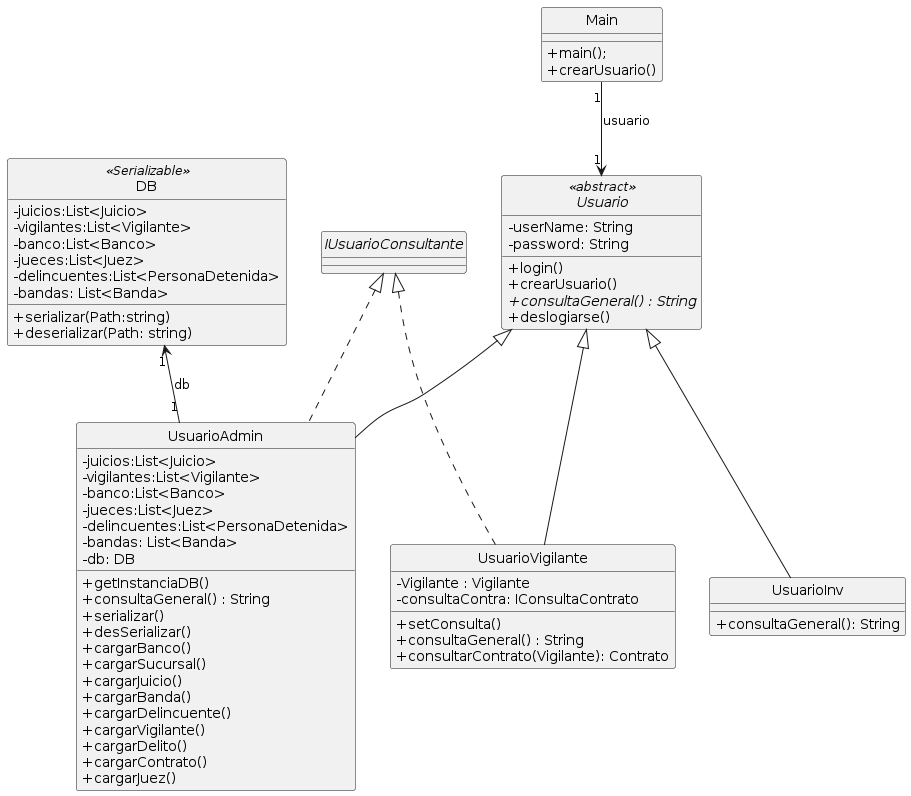
The PlantUML diagram Documentacion/DiagramaClasesVUSUARIOS.png in IMettaINSPT/1ParcialP2, before a commit.
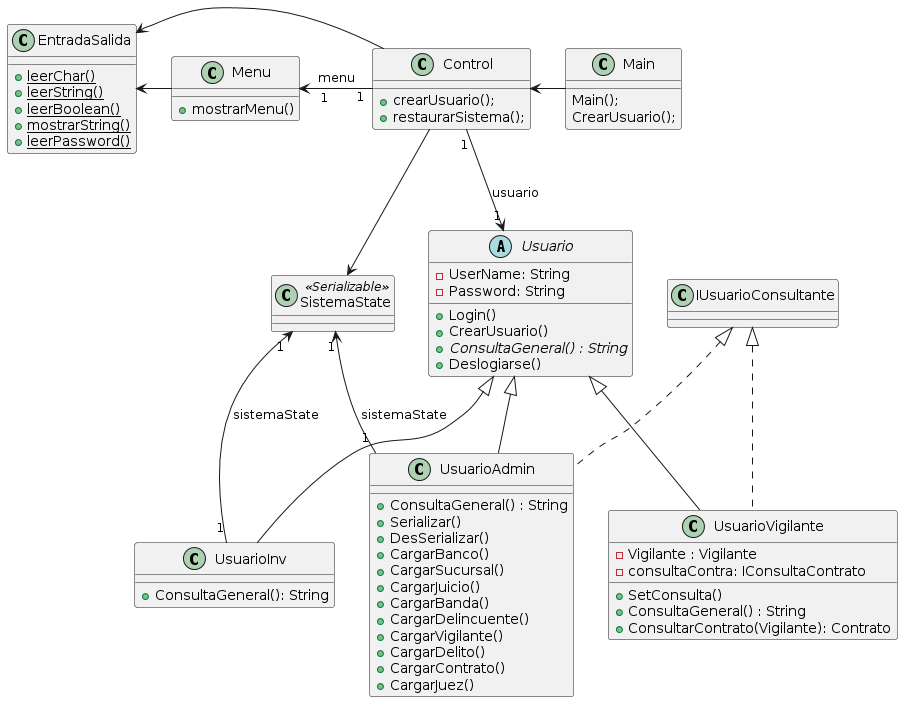
The same file after the commit.

Change to the diagram source:
```diff
@@ -1,74 +1,79 @@
 @startuml
-hide circle
-skinparam classAttributeIconSize 0
-
-
 class UsuarioAdmin{
--juicios:List<Juicio>
--vigilantes:List<Vigilante>
--banco:List<Banco>
--jueces:List<Juez>
--delincuentes:List<PersonaDetenida>
--bandas: List<Banda>
--db: DB
-+getInstanciaDB()
-+consultaGeneral() : String
-+serializar()
-+desSerializar()
-+cargarBanco()
-+cargarSucursal()
-+cargarJuicio()
-+cargarBanda()
-+cargarDelincuente()
-+cargarVigilante()
-+cargarDelito()
-+cargarContrato()
-+cargarJuez()
++ConsultaGeneral() : String
++Serializar()
++DesSerializar()
++CargarBanco()
++CargarSucursal()
++CargarJuicio()
++CargarBanda()
++CargarDelincuente()
++CargarVigilante()
++CargarDelito()
++CargarContrato()
++CargarJuez()
 }
 
 class UsuarioInv{
-+consultaGeneral(): String
++ConsultaGeneral(): String
 }
 
 class UsuarioVigilante{
 - Vigilante : Vigilante
 - consultaContra: IConsultaContrato
-+setConsulta()
-+consultaGeneral() : String
-+consultarContrato(Vigilante): Contrato
++SetConsulta()
++ConsultaGeneral() : String
++ConsultarContrato(Vigilante): Contrato
 }
 
 
 class Main{
 
-  +main();
-  +crearUsuario()
+  Main();
+  CrearUsuario();
 }
 
-Main "1" --> "1" Usuario : usuario
-abstract class Usuario <<abstract>>{
--userName: String
--password: String
-+login()
-+crearUsuario()
-+{abstract}consultaGeneral() : String
-+deslogiarse()
+abstract class Usuario{
+-UserName: String
+-Password: String
++Login()
++CrearUsuario()
++{abstract}ConsultaGeneral() : String
++Deslogiarse()
 }
 
-class DB <<Serializable>>{
-  -juicios:List<Juicio>
-  -vigilantes:List<Vigilante>
-  -banco:List<Banco>
-  -jueces:List<Juez>
-  -delincuentes:List<PersonaDetenida>
-  -bandas: List<Banda>
-  +serializar(Path:string)
-  +deserializar(Path: string)
+
+class Menu{
+ +mostrarMenu()
 }
 
-interface IUsuarioConsultante {}
 
-DB "1"<-- "1" UsuarioAdmin :db
+class SistemaState <<Serializable>>{}
+static class EntradaSalida{
+
+ + {static} leerChar()
+ + {static} leerString()
+ + {static} leerBoolean()
+ + {static} mostrarString()
+ + {static} leerPassword()
+
+}
+class Control{
+
+   +crearUsuario();
+   +restaurarSistema();
+
+}
+
+
+SistemaState "1"<-- "1" UsuarioAdmin :sistemaState
+SistemaState "1"<-- "1" UsuarioInv:sistemaState
+Control "1" -> "1" Usuario : usuario
+Control <-Main
+Menu "   1 " <- "     1" Control: menu
+EntradaSalida <-Menu
+EntradaSalida <-Control
+Control --> SistemaState
 Usuario <|-- UsuarioAdmin
 Usuario <|-- UsuarioInv
 Usuario <|-- UsuarioVigilante
```
